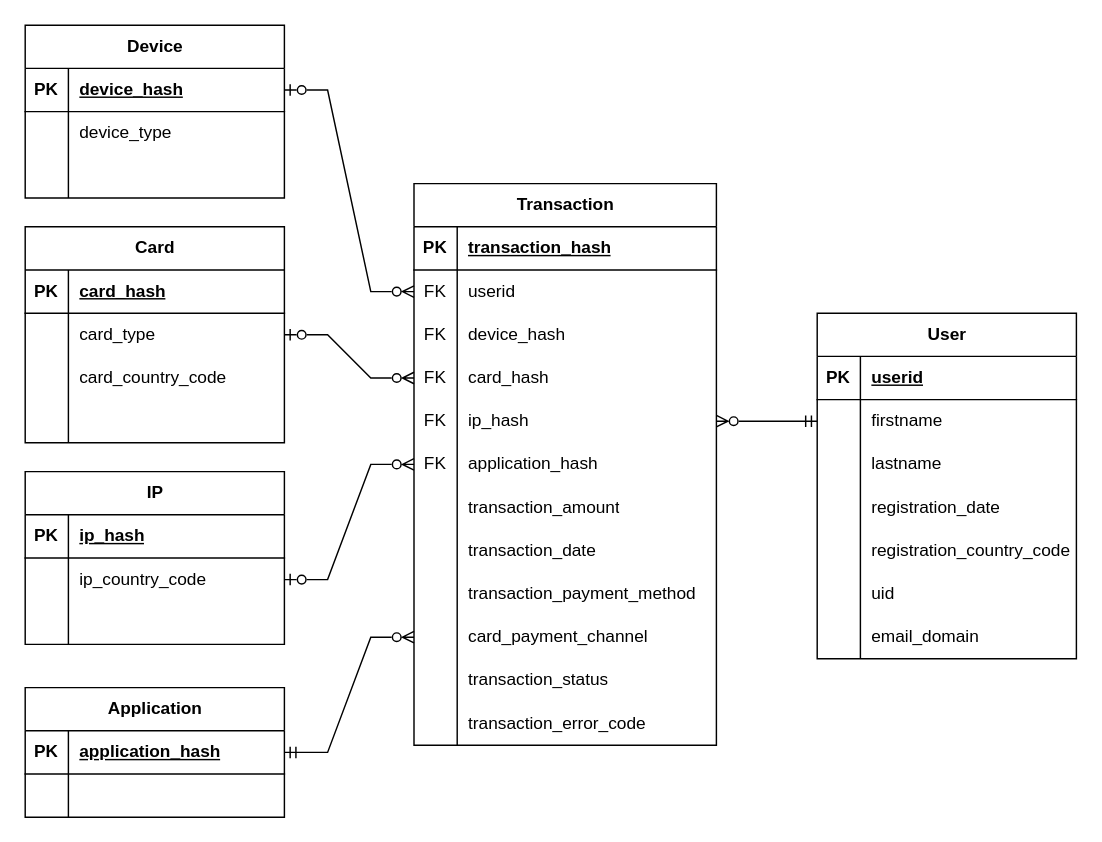
Before: doc/entity_relationship_diagram.drawio in oislen/RandomDataGeneration, a draw.io diagram. Source tidied: cells renumbered, new cells numbered last; positions are measured from the earlier drawing's top-left corner, leaving out a move shared by most shapes. Both pictures are drawn from the tidied source at 144%, with x=0, y=0 at pixel (24, 24).
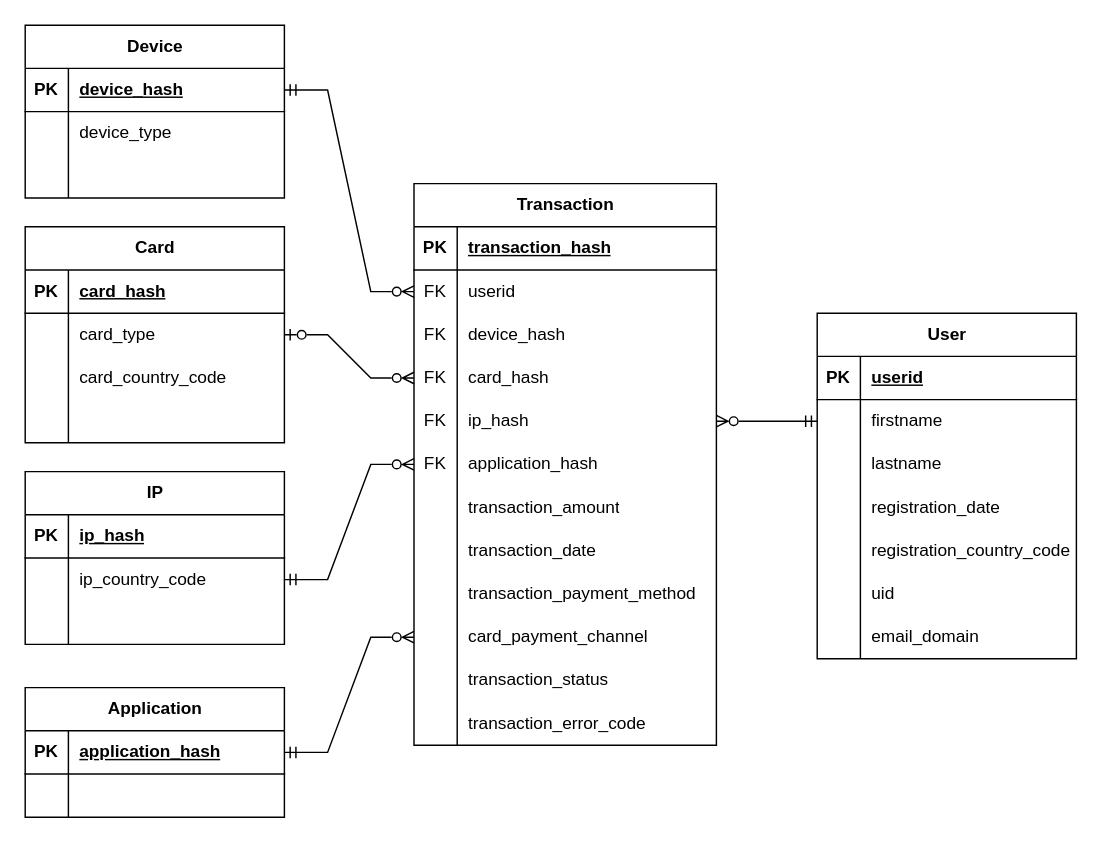
The same page after the edit.

The change refers to these unchanged cells:
```xml
<mxCell id="7" style="shape=tableRow;horizontal=0;startSize=0;swimlaneHead=0;swimlaneBody=0;fillColor=none;points=[[0,0.5],[1,0.5]];portConstraint=eastwest;top=0;left=0;right=0;bottom=1;" parent="6" vertex="1">
  <mxGeometry y="30" width="180" height="30" as="geometry" />
</mxCell>
<mxCell id="33" style="shape=tableRow;horizontal=0;startSize=0;swimlaneHead=0;swimlaneBody=0;fillColor=none;points=[[0,0.5],[1,0.5]];portConstraint=eastwest;top=0;left=0;right=0;bottom=0;" parent="29" vertex="1">
  <mxGeometry y="60" width="180" height="30" as="geometry" />
</mxCell>
<mxCell id="50" style="shape=tableRow;horizontal=0;startSize=0;swimlaneHead=0;swimlaneBody=0;fillColor=none;points=[[0,0.5],[1,0.5]];portConstraint=eastwest;top=0;left=0;right=0;bottom=0;" parent="46" vertex="1">
  <mxGeometry y="60" width="210" height="30" as="geometry" />
</mxCell>
<mxCell id="62" style="shape=tableRow;horizontal=0;startSize=0;swimlaneHead=0;swimlaneBody=0;fillColor=none;points=[[0,0.5],[1,0.5]];portConstraint=eastwest;top=0;left=0;right=0;bottom=0;" parent="46" vertex="1">
  <mxGeometry y="180" width="210" height="30" as="geometry" />
</mxCell>
```

The edit, as a diff of the source:
```diff
@@
-    <mxCell id="2" style="edgeStyle=entityRelationEdgeStyle;fontSize=12;html=1;endArrow=ERzeroToMany;startArrow=ERzeroToOne;rounded=0;exitX=1;exitY=0.5;exitDx=0;exitDy=0;entryX=0;entryY=0.5;entryDx=0;entryDy=0;endFill=0;startFill=0;" parent="1" edge="1" source="7" target="50">
+    <mxCell id="2" style="edgeStyle=entityRelationEdgeStyle;fontSize=12;html=1;endArrow=ERzeroToMany;startArrow=ERmandOne;rounded=0;exitX=1;exitY=0.5;exitDx=0;exitDy=0;entryX=0;entryY=0.5;entryDx=0;entryDy=0;endFill=0;startFill=0;" parent="1" edge="1" source="7" target="50">
       <mxGeometry relative="1" as="geometry" />
     </mxCell>
@@
-    <mxCell id="4" style="edgeStyle=entityRelationEdgeStyle;fontSize=12;html=1;endArrow=ERzeroToMany;startArrow=ERzeroToOne;rounded=0;exitX=1;exitY=0.5;exitDx=0;exitDy=0;entryX=0;entryY=0.5;entryDx=0;entryDy=0;endFill=0;startFill=0;" parent="1" edge="1" source="33" target="62">
+    <mxCell id="4" style="edgeStyle=entityRelationEdgeStyle;fontSize=12;html=1;endArrow=ERzeroToMany;startArrow=ERmandOne;rounded=0;exitX=1;exitY=0.5;exitDx=0;exitDy=0;entryX=0;entryY=0.5;entryDx=0;entryDy=0;endFill=0;startFill=0;" parent="1" edge="1" source="33" target="62">
       <mxGeometry relative="1" as="geometry" />
     </mxCell>
```
